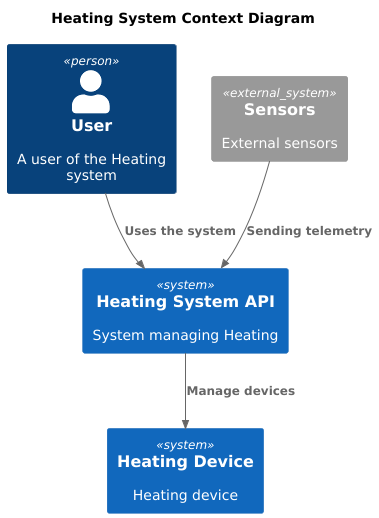
This is docs/smart-home-monolith-Context-Heating_System_Context_Diagram.png from vskurikhin/architecture-sprint-3, a PlantUML export, as it was before one commit. Its diagram source:
```plantuml
@startuml
!include C4.puml
!include C4_Context.puml
!include C4_Container.puml
!include C4_Component.puml

title Heating System Context Diagram

top to bottom direction

Person(user, "User", "A user of the Heating system")
System(HeatingSystem, "Heating System API", "System managing Heating")
System(HeatingDevice, "Heating Device", "Heating device")

System_Ext(sensors, "Sensors", "External sensors")
System_Ext(sensors, "Sensors", "External sensors")

Rel(user, HeatingSystem, "Uses the system")
Rel(HeatingSystem, HeatingDevice, "Manage devices")
Rel(sensors, HeatingSystem, "Sending telemetry")

@enduml
```
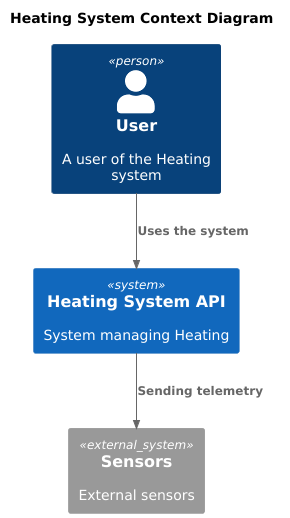
After the change.

Diff of the diagram source:
```diff
@@ -10,13 +10,10 @@
 
 Person(user, "User", "A user of the Heating system")
 System(HeatingSystem, "Heating System API", "System managing Heating")
-System(HeatingDevice, "Heating Device", "Heating device")
 
-System_Ext(sensors, "Sensors", "External sensors")
 System_Ext(sensors, "Sensors", "External sensors")
 
 Rel(user, HeatingSystem, "Uses the system")
-Rel(HeatingSystem, HeatingDevice, "Manage devices")
-Rel(sensors, HeatingSystem, "Sending telemetry")
+Rel(HeatingSystem, sensors, "Sending telemetry")
 
 @enduml
```
